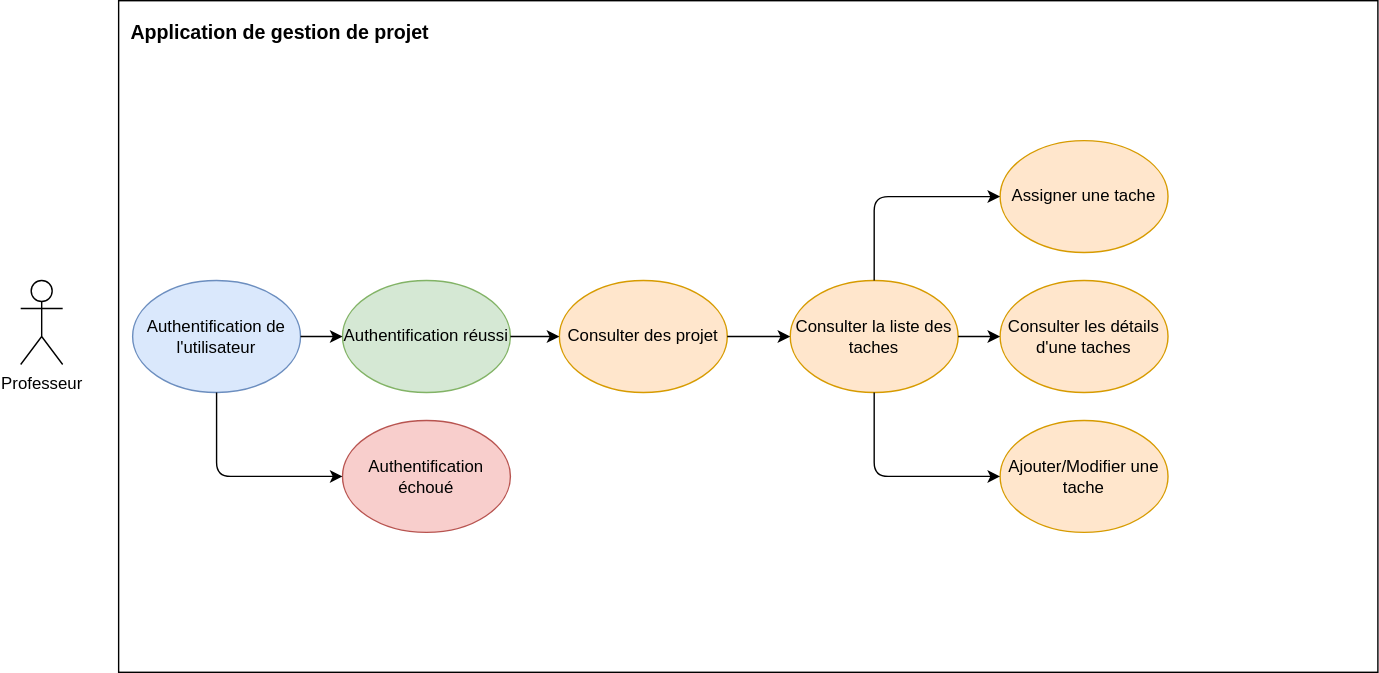
The draw.io diagram DCU/DCU_Professeur.svg in EducaOps/EducaOps, before a commit. Source tidied: cells renumbered, new cells last; positions are measured from the earlier drawing's top-left corner, leaving out a move shared by most shapes. Its diagram source:
```xml
<mxGraphModel background="#ffffff">
  <root>
    <mxCell id="0" />
    <mxCell id="1" parent="0" />
    <mxCell id="2" value="Professeur" style="shape=umlActor;verticalLabelPosition=bottom;verticalAlign=top;html=1;" parent="1" vertex="1">
      <mxGeometry y="200" width="30" height="60" as="geometry" />
    </mxCell>
    <mxCell id="3" style="rounded=0;whiteSpace=wrap;html=1;align=left;" parent="1" vertex="1">
      <mxGeometry x="70" width="900" height="480" as="geometry" />
    </mxCell>
    <mxCell id="4" value="Consulter des projet" style="ellipse;whiteSpace=wrap;html=1;fillColor=#ffe6cc;strokeColor=#d79b00;" parent="1" vertex="1">
      <mxGeometry x="385" y="200" width="120" height="80" as="geometry" />
    </mxCell>
    <mxCell id="5" value="&lt;font style=&quot;font-size: 14px&quot;&gt;Application de gestion de projet&lt;/font&gt;" style="text;strokeColor=none;fillColor=none;html=1;fontSize=24;fontStyle=1;verticalAlign=middle;align=center;" parent="1" vertex="1">
      <mxGeometry x="70" width="230" height="40" as="geometry" />
    </mxCell>
    <mxCell id="6" value="Consulter la liste des taches" style="ellipse;whiteSpace=wrap;html=1;fillColor=#ffe6cc;strokeColor=#d79b00;" parent="1" vertex="1">
      <mxGeometry x="550" y="200" width="120" height="80" as="geometry" />
    </mxCell>
    <mxCell id="7" value="Consulter les détails d'une taches" style="ellipse;whiteSpace=wrap;html=1;fillColor=#ffe6cc;strokeColor=#d79b00;" parent="1" vertex="1">
      <mxGeometry x="700" y="200" width="120" height="80" as="geometry" />
    </mxCell>
    <mxCell id="8" value="Ajouter/Modifier une tache" style="ellipse;whiteSpace=wrap;html=1;fillColor=#ffe6cc;strokeColor=#d79b00;" parent="1" vertex="1">
      <mxGeometry x="700" y="300" width="120" height="80" as="geometry" />
    </mxCell>
    <mxCell id="9" style="endArrow=classic;html=1;exitX=1;exitY=0.5;exitDx=0;exitDy=0;entryX=0;entryY=0.5;entryDx=0;entryDy=0;" parent="1" edge="1" source="4" target="6">
      <mxGeometry relative="1" as="geometry" />
    </mxCell>
    <mxCell id="10" style="endArrow=classic;html=1;exitX=1;exitY=0.5;exitDx=0;exitDy=0;" parent="1" edge="1" source="6" target="7">
      <mxGeometry relative="1" as="geometry" />
    </mxCell>
    <mxCell id="11" style="edgeStyle=elbowEdgeStyle;elbow=vertical;endArrow=classic;html=1;entryX=0;entryY=0.5;entryDx=0;entryDy=0;exitX=0.5;exitY=1;exitDx=0;exitDy=0;" parent="1" edge="1" source="6" target="8">
      <mxGeometry relative="1" as="geometry">
        <Array as="points">
          <mxPoint x="660" y="340" />
        </Array>
      </mxGeometry>
    </mxCell>
    <mxCell id="12" value="Authentification de l'utilisateur" style="ellipse;whiteSpace=wrap;html=1;fillColor=#dae8fc;strokeColor=#6c8ebf;" parent="1" vertex="1">
      <mxGeometry x="80" y="200" width="120" height="80" as="geometry" />
    </mxCell>
    <mxCell id="13" value="Authentification réussi" style="ellipse;whiteSpace=wrap;html=1;fillColor=#d5e8d4;strokeColor=#82b366;" parent="1" vertex="1">
      <mxGeometry x="230" y="200" width="120" height="80" as="geometry" />
    </mxCell>
    <mxCell id="14" style="endArrow=classic;html=1;exitX=1;exitY=0.5;exitDx=0;exitDy=0;" parent="1" edge="1" source="12">
      <mxGeometry relative="1" as="geometry">
        <mxPoint x="230" y="240" as="targetPoint" />
      </mxGeometry>
    </mxCell>
    <mxCell id="15" style="endArrow=classic;html=1;exitX=1;exitY=0.5;exitDx=0;exitDy=0;entryX=0;entryY=0.5;entryDx=0;entryDy=0;" parent="1" edge="1" source="13" target="4">
      <mxGeometry relative="1" as="geometry" />
    </mxCell>
    <mxCell id="16" value="Authentification échoué" style="ellipse;whiteSpace=wrap;html=1;fillColor=#f8cecc;strokeColor=#b85450;" parent="1" vertex="1">
      <mxGeometry x="230" y="300" width="120" height="80" as="geometry" />
    </mxCell>
    <mxCell id="17" style="edgeStyle=elbowEdgeStyle;elbow=vertical;endArrow=classic;html=1;entryX=0;entryY=0.5;entryDx=0;entryDy=0;exitX=0.5;exitY=1;exitDx=0;exitDy=0;" parent="1" edge="1" source="12" target="16">
      <mxGeometry relative="1" as="geometry">
        <Array as="points">
          <mxPoint x="180" y="340" />
        </Array>
      </mxGeometry>
    </mxCell>
    <mxCell id="18" value="Assigner une tache" style="ellipse;whiteSpace=wrap;html=1;fillColor=#ffe6cc;strokeColor=#d79b00;" parent="1" vertex="1">
      <mxGeometry x="700" y="100" width="120" height="80" as="geometry" />
    </mxCell>
    <mxCell id="19" style="edgeStyle=elbowEdgeStyle;elbow=vertical;endArrow=classic;html=1;entryX=0;entryY=0.5;entryDx=0;entryDy=0;exitX=0.5;exitY=0;exitDx=0;exitDy=0;" parent="1" edge="1" source="6" target="18">
      <mxGeometry relative="1" as="geometry">
        <Array as="points">
          <mxPoint x="660" y="140" />
        </Array>
      </mxGeometry>
    </mxCell>
  </root>
</mxGraphModel>
```
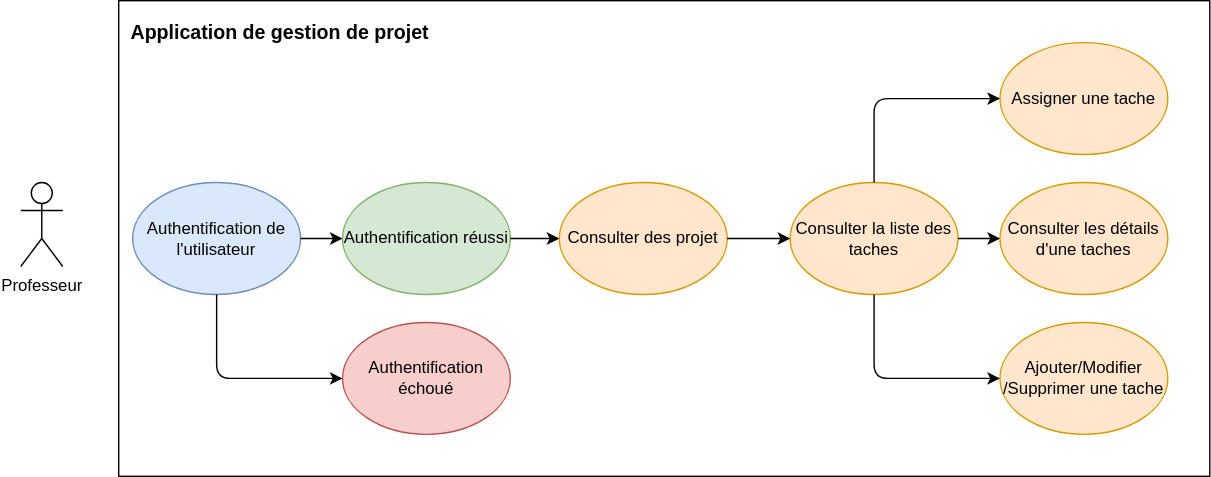
The same diagram one commit later.

The edit, as a diff of the source:
```diff
@@ -6,13 +6,13 @@
       <mxGeometry y="200" width="30" height="60" as="geometry" />
     </mxCell>
     <mxCell id="3" style="rounded=0;whiteSpace=wrap;html=1;align=left;" parent="1" vertex="1">
-      <mxGeometry x="70" width="900" height="480" as="geometry" />
+      <mxGeometry x="70" y="70" width="780" height="340" as="geometry" />
     </mxCell>
     <mxCell id="4" value="Consulter des projet" style="ellipse;whiteSpace=wrap;html=1;fillColor=#ffe6cc;strokeColor=#d79b00;" parent="1" vertex="1">
       <mxGeometry x="385" y="200" width="120" height="80" as="geometry" />
     </mxCell>
     <mxCell id="5" value="&lt;font style=&quot;font-size: 14px&quot;&gt;Application de gestion de projet&lt;/font&gt;" style="text;strokeColor=none;fillColor=none;html=1;fontSize=24;fontStyle=1;verticalAlign=middle;align=center;" parent="1" vertex="1">
-      <mxGeometry x="70" width="230" height="40" as="geometry" />
+      <mxGeometry x="70" y="70" width="230" height="40" as="geometry" />
     </mxCell>
     <mxCell id="6" value="Consulter la liste des taches" style="ellipse;whiteSpace=wrap;html=1;fillColor=#ffe6cc;strokeColor=#d79b00;" parent="1" vertex="1">
       <mxGeometry x="550" y="200" width="120" height="80" as="geometry" />
@@ -20,7 +20,7 @@
     <mxCell id="7" value="Consulter les détails d'une taches" style="ellipse;whiteSpace=wrap;html=1;fillColor=#ffe6cc;strokeColor=#d79b00;" parent="1" vertex="1">
       <mxGeometry x="700" y="200" width="120" height="80" as="geometry" />
     </mxCell>
-    <mxCell id="8" value="Ajouter/Modifier une tache" style="ellipse;whiteSpace=wrap;html=1;fillColor=#ffe6cc;strokeColor=#d79b00;" parent="1" vertex="1">
+    <mxCell id="8" value="Ajouter/Modifier&lt;br&gt;/Supprimer une tache" style="ellipse;whiteSpace=wrap;html=1;fillColor=#ffe6cc;strokeColor=#d79b00;" parent="1" vertex="1">
       <mxGeometry x="700" y="300" width="120" height="80" as="geometry" />
     </mxCell>
     <mxCell id="9" style="endArrow=classic;html=1;exitX=1;exitY=0.5;exitDx=0;exitDy=0;entryX=0;entryY=0.5;entryDx=0;entryDy=0;" parent="1" edge="1" source="4" target="6">
```
